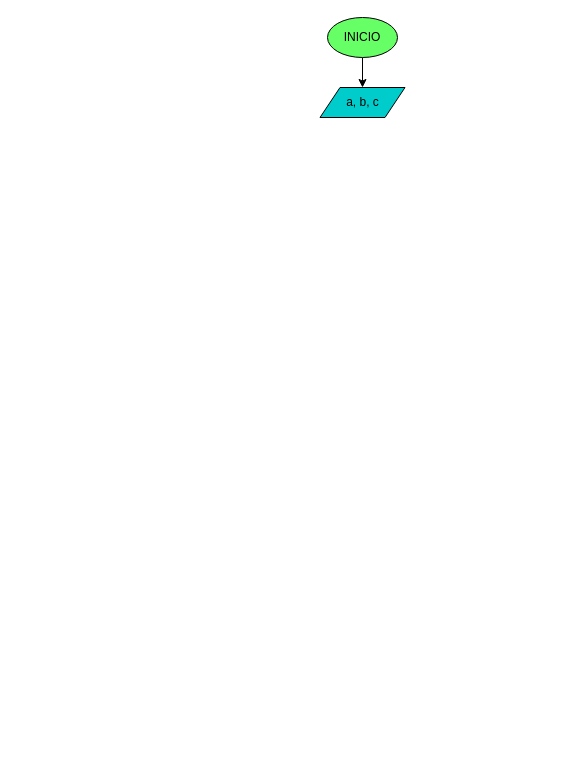
Above: diagrama.drawio in sistemas-colegio-guanenta/quiz-condicionales-danielabrilfuentes (draw.io), before the change. Source tidied: cells renumbered, new cells numbered last; positions are measured from the earlier drawing's top-left corner, leaving out a move shared by most shapes. Both pictures are drawn from the tidied source at 100%, with x=0, y=0 at pixel (319, 17).
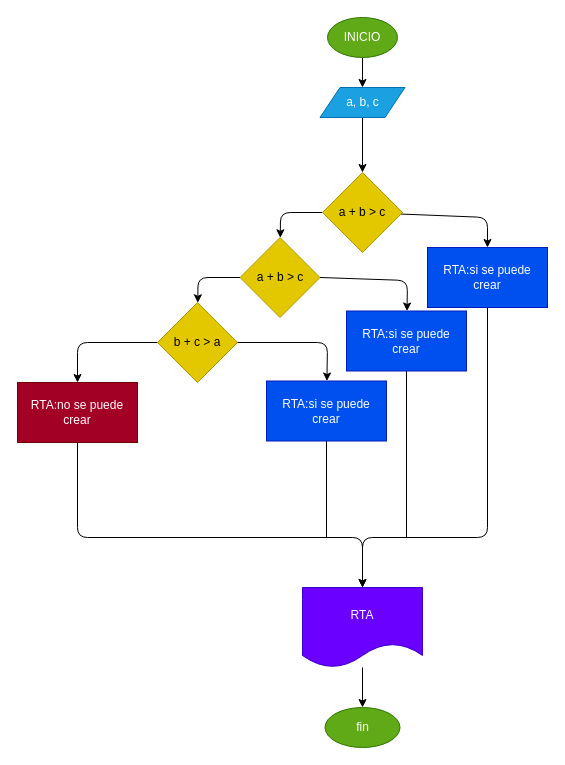
The same diagram, later.

Diff of the diagram source:
```diff
@@
-    <mxCell id="3" value="INICIO" style="ellipse;whiteSpace=wrap;html=1;fillColor=#66FF66;" parent="1" vertex="1">
+    <mxCell id="3" value="INICIO" style="ellipse;whiteSpace=wrap;html=1;fillColor=#60a917;fontColor=#ffffff;strokeColor=#2D7600;" parent="1" vertex="1">
       <mxGeometry x="8" width="70" height="40" as="geometry" />
     </mxCell>
+    <mxCell id="5" style="edgeStyle=none;html=1;" parent="1" edge="1" source="4" target="8">
+      <mxGeometry relative="1" as="geometry" />
+    </mxCell>
-    <mxCell id="4" value="a, b, c" style="shape=parallelogram;perimeter=parallelogramPerimeter;whiteSpace=wrap;html=1;fixedSize=1;fillColor=#00CCCC;" parent="1" vertex="1">
+    <mxCell id="4" value="a, b, c" style="shape=parallelogram;perimeter=parallelogramPerimeter;whiteSpace=wrap;html=1;fixedSize=1;fillColor=#1ba1e2;fontColor=#ffffff;strokeColor=#006EAF;" parent="1" vertex="1">
       <mxGeometry x="0.5" y="70" width="85" height="30" as="geometry" />
     </mxCell>
+    <mxCell id="6" style="edgeStyle=none;html=1;" parent="1" edge="1" source="8" target="9">
+      <mxGeometry relative="1" as="geometry">
+        <Array as="points">
+          <mxPoint x="-39" y="195" />
+        </Array>
+      </mxGeometry>
+    </mxCell>
+    <mxCell id="7" style="edgeStyle=none;html=1;" parent="1" edge="1" source="8" target="14">
+      <mxGeometry relative="1" as="geometry">
+        <Array as="points">
+          <mxPoint x="168" y="200" />
+        </Array>
+      </mxGeometry>
+    </mxCell>
+    <mxCell id="8" value="a + b &amp;gt; c" style="rhombus;whiteSpace=wrap;html=1;fillColor=#e3c800;fontColor=#000000;strokeColor=#B09500;" parent="1" vertex="1">
+      <mxGeometry x="3" y="155" width="80" height="80" as="geometry" />
+    </mxCell>
+    <mxCell id="9" value="a + b &amp;gt; c" style="rhombus;whiteSpace=wrap;html=1;fillColor=#e3c800;fontColor=#000000;strokeColor=#B09500;" parent="1" vertex="1">
+      <mxGeometry x="-79.5" y="220" width="80" height="80" as="geometry" />
+    </mxCell>
+    <mxCell id="10" style="edgeStyle=none;html=1;" parent="1" edge="1" target="12">
+      <mxGeometry relative="1" as="geometry">
+        <mxPoint x="-79.5" y="260" as="sourcePoint" />
+        <Array as="points">
+          <mxPoint x="-121.5" y="260" />
+        </Array>
+      </mxGeometry>
+    </mxCell>
+    <mxCell id="11" style="edgeStyle=none;html=1;" parent="1" edge="1" source="12" target="22">
+      <mxGeometry relative="1" as="geometry">
+        <Array as="points">
+          <mxPoint x="-242" y="325" />
+        </Array>
+      </mxGeometry>
+    </mxCell>
+    <mxCell id="12" value="b + c &amp;gt; a" style="rhombus;whiteSpace=wrap;html=1;fillColor=#e3c800;fontColor=#000000;strokeColor=#B09500;" parent="1" vertex="1">
+      <mxGeometry x="-162" y="285" width="80" height="80" as="geometry" />
+    </mxCell>
+    <mxCell id="13" style="edgeStyle=none;html=1;" parent="1" edge="1" source="14" target="24">
+      <mxGeometry relative="1" as="geometry">
+        <Array as="points">
+          <mxPoint x="168" y="520" />
+          <mxPoint x="43" y="520" />
+        </Array>
+      </mxGeometry>
+    </mxCell>
+    <mxCell id="14" value="RTA:si se puede crear" style="whiteSpace=wrap;html=1;fillColor=#0050ef;strokeColor=#001DBC;fontColor=#ffffff;" parent="1" vertex="1">
+      <mxGeometry x="108" y="230" width="120" height="60" as="geometry" />
+    </mxCell>
+    <mxCell id="15" style="edgeStyle=none;html=1;" parent="1" edge="1" target="17">
+      <mxGeometry relative="1" as="geometry">
+        <mxPoint x="0.5" y="260" as="sourcePoint" />
+        <Array as="points">
+          <mxPoint x="88" y="263" />
+        </Array>
+      </mxGeometry>
+    </mxCell>
+    <mxCell id="16" style="edgeStyle=none;html=1;endArrow=none;endFill=0;" parent="1" edge="1" source="17">
+      <mxGeometry relative="1" as="geometry">
+        <mxPoint x="87" y="520" as="targetPoint" />
+      </mxGeometry>
+    </mxCell>
+    <mxCell id="17" value="RTA:si se puede crear" style="whiteSpace=wrap;html=1;fillColor=#0050ef;strokeColor=#001DBC;fontColor=#ffffff;" parent="1" vertex="1">
+      <mxGeometry x="27" y="293.5" width="120" height="60" as="geometry" />
+    </mxCell>
+    <mxCell id="18" style="edgeStyle=none;html=1;exitX=1;exitY=0.5;exitDx=0;exitDy=0;" parent="1" edge="1" source="12" target="20">
+      <mxGeometry relative="1" as="geometry">
+        <Array as="points">
+          <mxPoint x="8" y="325" />
+        </Array>
+      </mxGeometry>
+    </mxCell>
+    <mxCell id="19" style="edgeStyle=none;html=1;endArrow=none;endFill=0;" parent="1" edge="1" source="20">
+      <mxGeometry relative="1" as="geometry">
+        <mxPoint x="7" y="520" as="targetPoint" />
+      </mxGeometry>
+    </mxCell>
+    <mxCell id="20" value="RTA:si se puede crear" style="whiteSpace=wrap;html=1;fillColor=#0050ef;strokeColor=#001DBC;fontColor=#ffffff;" parent="1" vertex="1">
+      <mxGeometry x="-53" y="363.5" width="120" height="60" as="geometry" />
+    </mxCell>
+    <mxCell id="21" style="edgeStyle=none;html=1;exitX=0.5;exitY=1;exitDx=0;exitDy=0;" parent="1" edge="1" source="22" target="24">
+      <mxGeometry relative="1" as="geometry">
+        <Array as="points">
+          <mxPoint x="-242" y="520" />
+          <mxPoint x="43" y="520" />
+        </Array>
+      </mxGeometry>
+    </mxCell>
+    <mxCell id="22" value="RTA:no se puede crear" style="whiteSpace=wrap;html=1;fillColor=#a20025;strokeColor=#6F0000;fontColor=#ffffff;" parent="1" vertex="1">
+      <mxGeometry x="-302" y="365" width="120" height="60" as="geometry" />
+    </mxCell>
+    <mxCell id="23" style="edgeStyle=none;html=1;endArrow=classic;endFill=1;" parent="1" edge="1" source="24" target="25">
+      <mxGeometry relative="1" as="geometry" />
+    </mxCell>
+    <mxCell id="24" value="RTA" style="shape=document;whiteSpace=wrap;html=1;boundedLbl=1;fillColor=#6a00ff;strokeColor=#3700CC;fontColor=#ffffff;" parent="1" vertex="1">
+      <mxGeometry x="-17" y="570" width="120" height="80" as="geometry" />
+    </mxCell>
+    <mxCell id="25" value="fin" style="ellipse;whiteSpace=wrap;html=1;fillColor=#60a917;fontColor=#ffffff;strokeColor=#2D7600;" parent="1" vertex="1">
+      <mxGeometry x="5.5" y="690" width="75" height="40" as="geometry" />
+    </mxCell>
```
